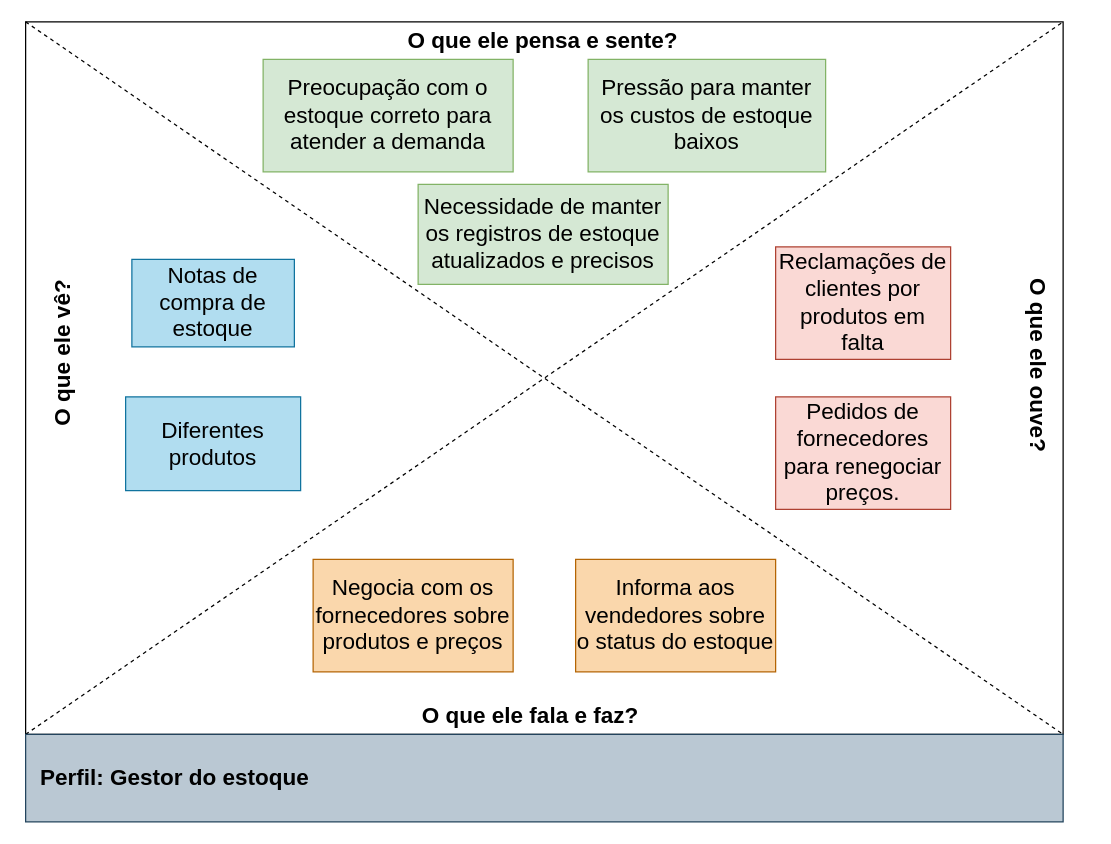
Earlier version of the draw.io diagram page "Gestor do estoque" (1 of 4) of projeto/documentacao/Mapa de empatia.drawio (adjamirgalvao/pucminas). Source tidied: cells renumbered, new cells numbered last; positions are measured from the earlier drawing's top-left corner, leaving out a move shared by most shapes. Both pictures are drawn from the tidied source at 125%, with x=0, y=0 at pixel (-38, 21).
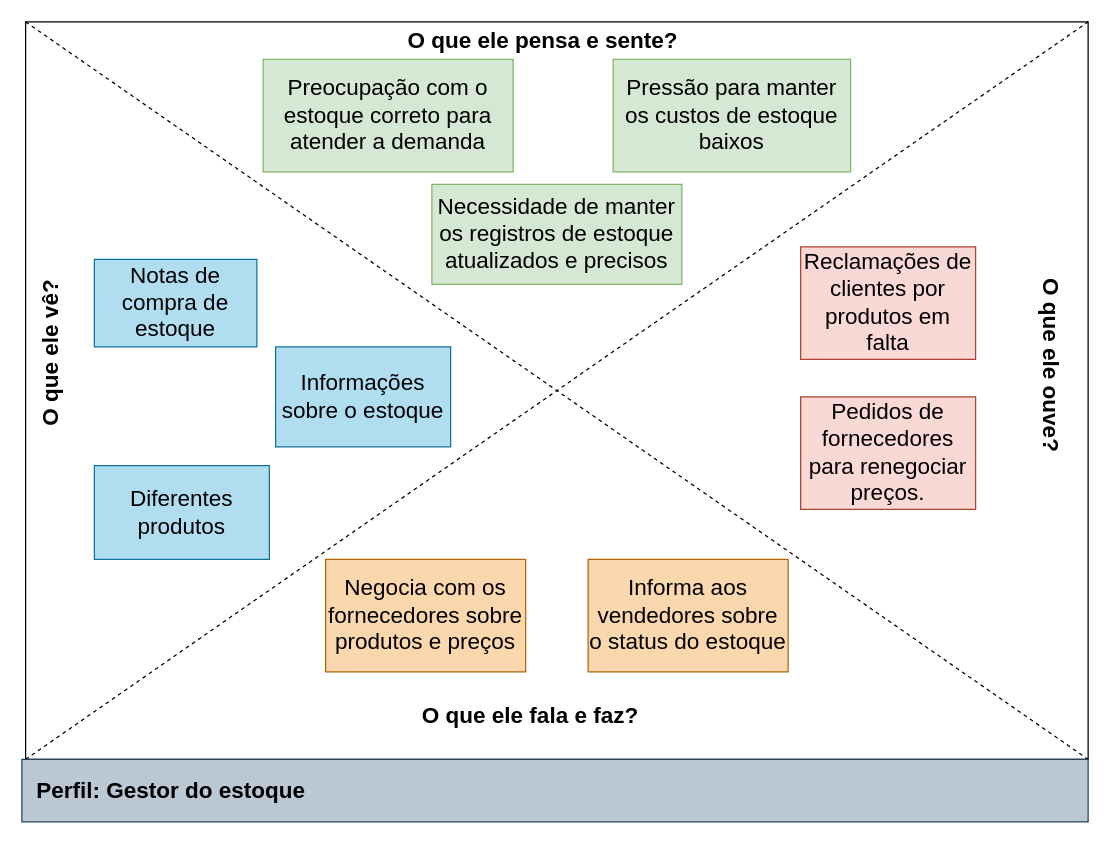
The same page after the edit.

The edit, as a diff of the source:
```diff
@@
 <mxGraphModel>
   <root>
     <mxCell id="0" />
     <mxCell id="1" parent="0" />
     <mxCell id="2" style="rounded=0;whiteSpace=wrap;html=1;fillColor=none;" parent="1" vertex="1">
-      <mxGeometry x="50" width="830" height="570" as="geometry" />
+      <mxGeometry x="50" width="850" height="590" as="geometry" />
     </mxCell>
     <mxCell id="3" style="endArrow=none;dashed=1;html=1;rounded=0;exitX=0;exitY=1;exitDx=0;exitDy=0;entryX=1;entryY=0;entryDx=0;entryDy=0;" parent="1" edge="1" source="2" target="2">
       <mxGeometry relative="1" as="geometry" />
     </mxCell>
     <mxCell id="4" style="endArrow=none;dashed=1;html=1;rounded=0;entryX=1;entryY=1;entryDx=0;entryDy=0;exitX=0;exitY=0;exitDx=0;exitDy=0;" parent="1" edge="1" source="2" target="2">
       <mxGeometry relative="1" as="geometry" />
     </mxCell>
     <mxCell id="5" value="&lt;font style=&quot;font-size: 18px;&quot;&gt;&lt;b&gt;O que ele pensa e sente?&lt;/b&gt;&lt;/font&gt;" style="text;html=1;strokeColor=none;fillColor=none;align=center;verticalAlign=middle;whiteSpace=wrap;rounded=0;" parent="1" vertex="1">
       <mxGeometry x="354" width="220" height="30" as="geometry" />
     </mxCell>
     <mxCell id="6" value="&lt;font style=&quot;font-size: 18px;&quot;&gt;&lt;b&gt;O que ele ouve?&lt;/b&gt;&lt;/font&gt;" style="text;html=1;strokeColor=none;fillColor=none;align=center;verticalAlign=middle;whiteSpace=wrap;rounded=0;rotation=90;" parent="1" vertex="1">
-      <mxGeometry x="780" y="260" width="160" height="30" as="geometry" />
+      <mxGeometry x="790" y="260" width="160" height="30" as="geometry" />
     </mxCell>
     <mxCell id="7" value="&lt;font style=&quot;font-size: 18px;&quot;&gt;&lt;b&gt;O que ele vê?&lt;/b&gt;&lt;/font&gt;" style="text;html=1;strokeColor=none;fillColor=none;align=center;verticalAlign=middle;whiteSpace=wrap;rounded=0;rotation=270;" parent="1" vertex="1">
-      <mxGeometry y="250" width="160" height="30" as="geometry" />
+      <mxGeometry x="-10" y="250" width="160" height="30" as="geometry" />
     </mxCell>
     <mxCell id="8" value="&lt;font style=&quot;font-size: 18px;&quot;&gt;&lt;b&gt;O que ele fala e faz?&lt;/b&gt;&lt;/font&gt;" style="text;html=1;strokeColor=none;fillColor=none;align=center;verticalAlign=middle;whiteSpace=wrap;rounded=0;" parent="1" vertex="1">
       <mxGeometry x="344" y="540" width="220" height="30" as="geometry" />
     </mxCell>
     <mxCell id="9" value="Notas de compra de estoque" style="rounded=0;whiteSpace=wrap;html=1;fontSize=18;fillColor=#b1ddf0;strokeColor=#10739e;" parent="1" vertex="1">
-      <mxGeometry x="135" y="190" width="130" height="70" as="geometry" />
+      <mxGeometry x="105" y="190" width="130" height="70" as="geometry" />
     </mxCell>
     <mxCell id="10" value="Diferentes produtos" style="rounded=0;whiteSpace=wrap;html=1;fontSize=18;fillColor=#b1ddf0;strokeColor=#10739e;" parent="1" vertex="1">
-      <mxGeometry x="130" y="300" width="140" height="75" as="geometry" />
+      <mxGeometry x="105" y="355" width="140" height="75" as="geometry" />
     </mxCell>
     <mxCell id="11" value="Reclamações de clientes por produtos em falta" style="rounded=0;whiteSpace=wrap;html=1;fontSize=18;fillColor=#fad9d5;strokeColor=#ae4132;" parent="1" vertex="1">
-      <mxGeometry x="650" y="180" width="140" height="90" as="geometry" />
+      <mxGeometry x="670" y="180" width="140" height="90" as="geometry" />
     </mxCell>
     <mxCell id="12" value="Negocia com os fornecedores sobre produtos e preços" style="rounded=0;whiteSpace=wrap;html=1;fontSize=18;fillColor=#fad7ac;strokeColor=#b46504;" parent="1" vertex="1">
-      <mxGeometry x="280" y="430" width="160" height="90" as="geometry" />
+      <mxGeometry x="290" y="430" width="160" height="90" as="geometry" />
     </mxCell>
     <mxCell id="13" value="Preocupação com o estoque correto para atender a demanda" style="rounded=0;whiteSpace=wrap;html=1;fontSize=18;fillColor=#d5e8d4;strokeColor=#82b366;" parent="1" vertex="1">
       <mxGeometry x="240" y="30" width="200" height="90" as="geometry" />
     </mxCell>
     <mxCell id="14" value="Pressão para manter os custos de estoque baixos" style="rounded=0;whiteSpace=wrap;html=1;fontSize=18;fillColor=#d5e8d4;strokeColor=#82b366;" parent="1" vertex="1">
-      <mxGeometry x="500" y="30" width="190" height="90" as="geometry" />
+      <mxGeometry x="520" y="30" width="190" height="90" as="geometry" />
     </mxCell>
     <mxCell id="15" value="Pedidos de fornecedores para renegociar preços." style="rounded=0;whiteSpace=wrap;html=1;fontSize=18;fillColor=#fad9d5;strokeColor=#ae4132;" parent="1" vertex="1">
-      <mxGeometry x="650" y="300" width="140" height="90" as="geometry" />
+      <mxGeometry x="670" y="300" width="140" height="90" as="geometry" />
     </mxCell>
     <mxCell id="16" value="Informa aos vendedores sobre o status do estoque" style="rounded=0;whiteSpace=wrap;html=1;fontSize=18;fillColor=#fad7ac;strokeColor=#b46504;" parent="1" vertex="1">
-      <mxGeometry x="490" y="430" width="160" height="90" as="geometry" />
+      <mxGeometry x="500" y="430" width="160" height="90" as="geometry" />
     </mxCell>
     <mxCell id="17" value="&lt;b&gt;&amp;nbsp; Perfil: Gestor do estoque&lt;/b&gt;" style="rounded=0;whiteSpace=wrap;html=1;fontSize=18;fillColor=#bac8d3;strokeColor=#23445d;align=left;" parent="1" vertex="1">
-      <mxGeometry x="50" y="570" width="830" height="70" as="geometry" />
+      <mxGeometry x="47" y="590" width="853" height="50" as="geometry" />
     </mxCell>
     <mxCell id="18" value="Necessidade de manter os registros de estoque atualizados e precisos" style="rounded=0;whiteSpace=wrap;html=1;fontSize=18;fillColor=#d5e8d4;strokeColor=#82b366;" parent="1" vertex="1">
-      <mxGeometry x="364" y="130" width="200" height="80" as="geometry" />
+      <mxGeometry x="375" y="130" width="200" height="80" as="geometry" />
     </mxCell>
+    <mxCell id="19" value="Informações sobre o estoque" style="rounded=0;whiteSpace=wrap;html=1;fontSize=18;fillColor=#b1ddf0;strokeColor=#10739e;" parent="1" vertex="1">
+      <mxGeometry x="250" y="260" width="140" height="80" as="geometry" />
+    </mxCell>
   </root>
 </mxGraphModel>
```
